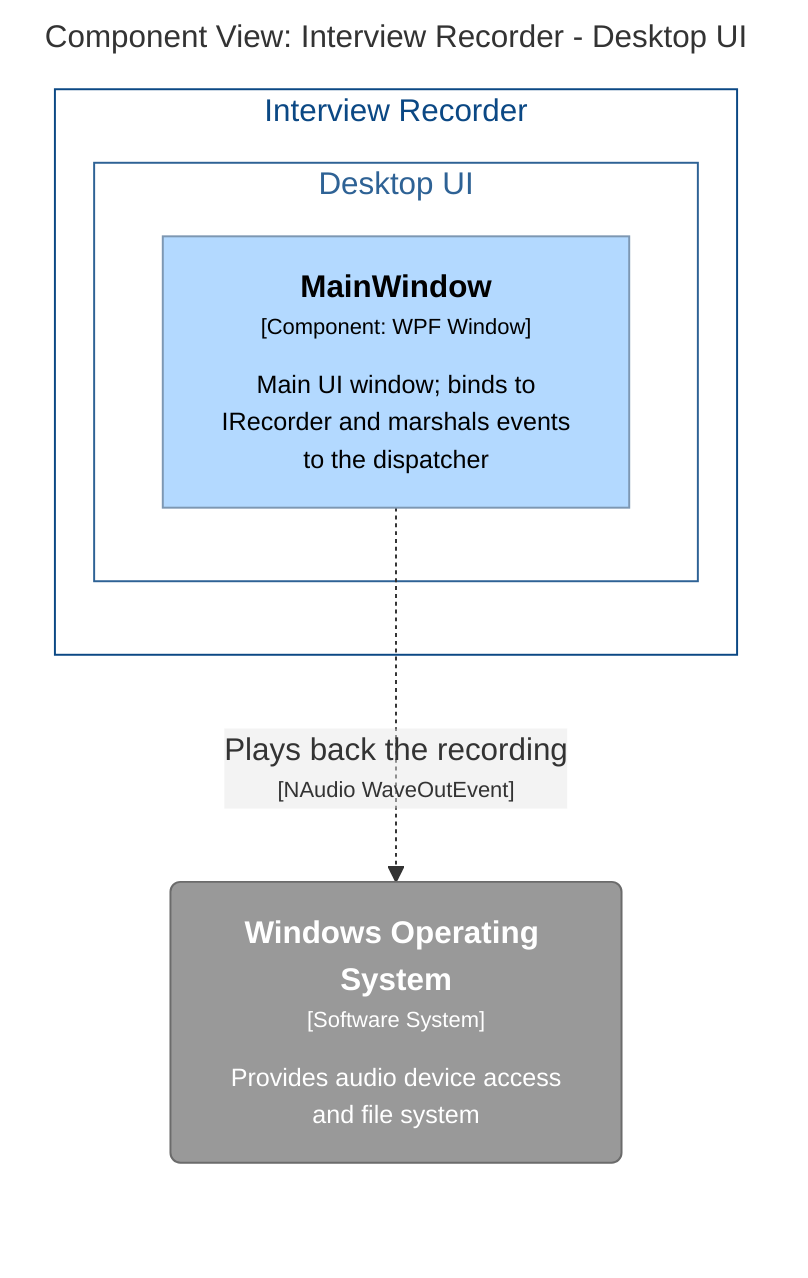
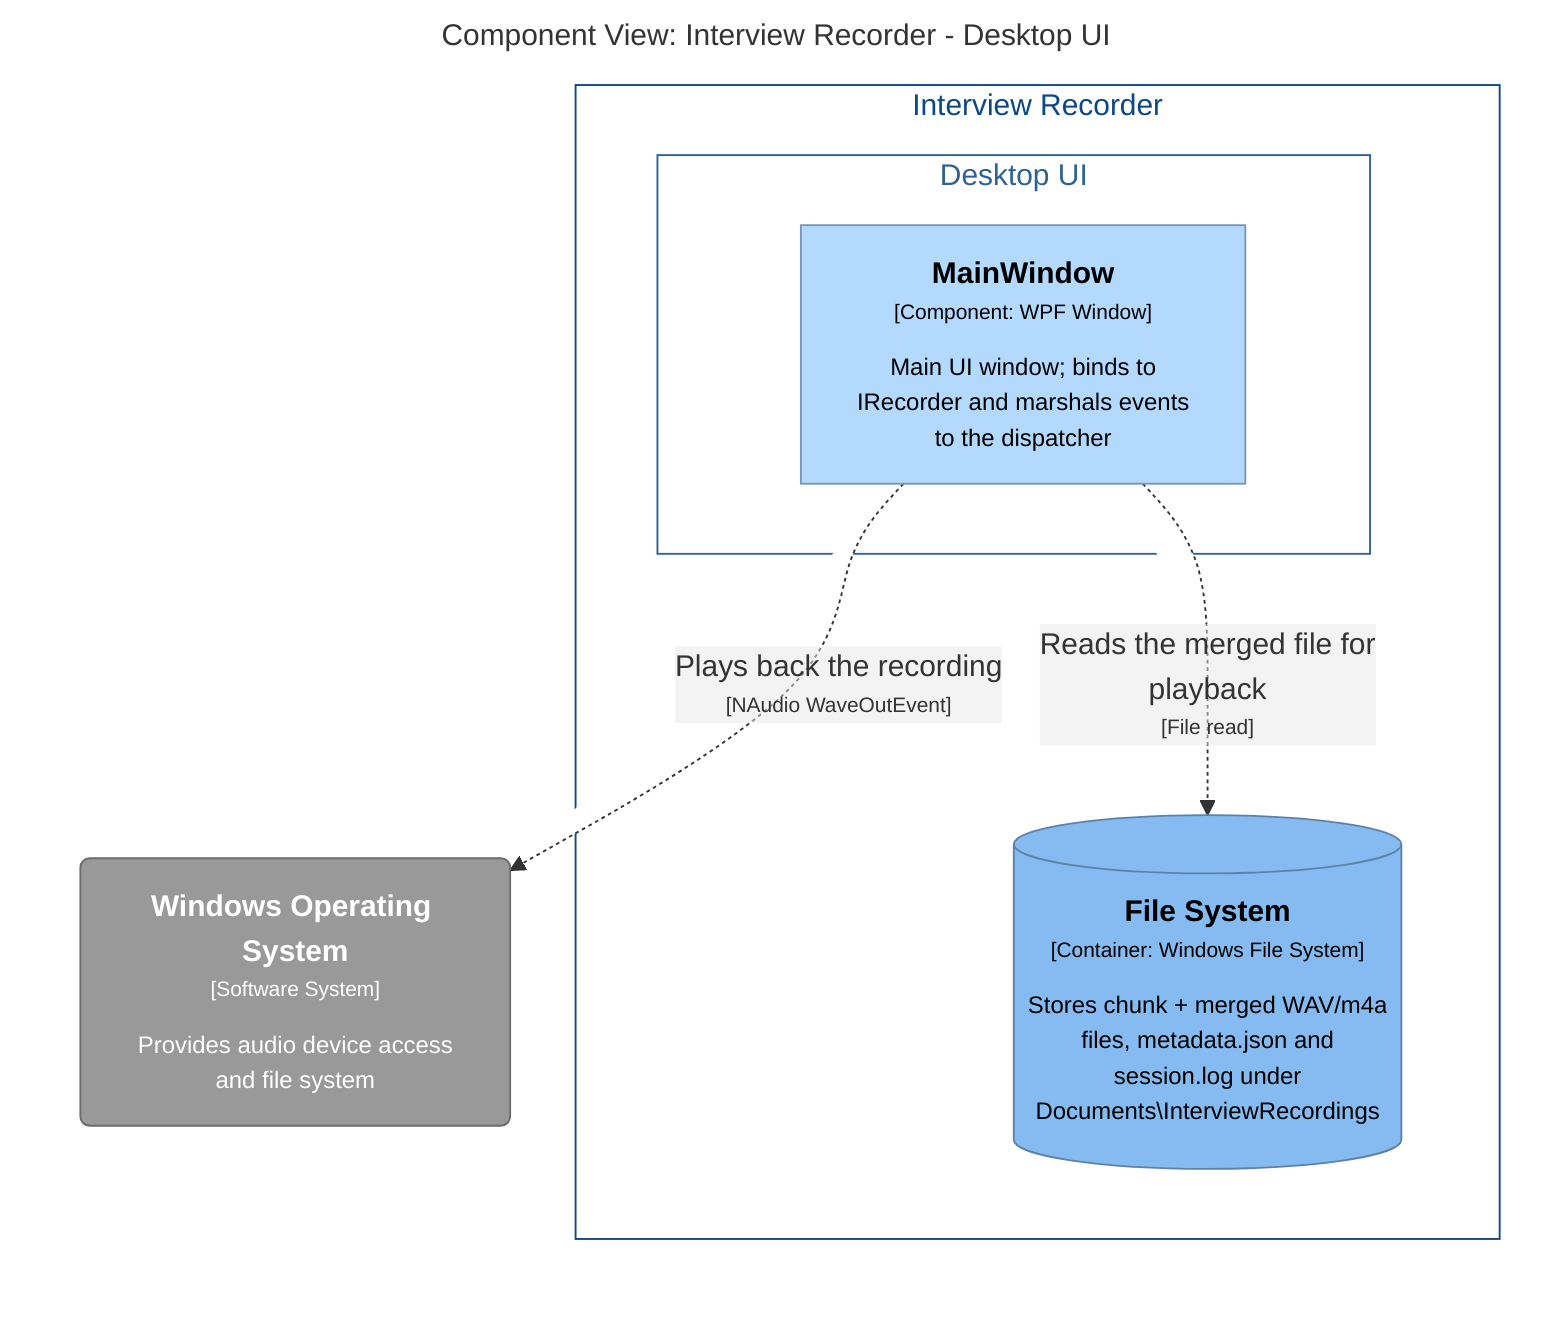
graph LR
  linkStyle default fill:#ffffff

  subgraph diagram ["Component View: Interview Recorder - Desktop UI"]
    style diagram fill:#ffffff,stroke:#ffffff

    2("<div style='font-weight: bold'>Windows Operating System</div><div style='font-size: 70%; margin-top: 0px'>[Software System]</div><div style='font-size: 80%; margin-top:10px'>Provides audio device access<br />and file system</div>")
    style 2 fill:#999999,stroke:#6b6b6b,color:#ffffff

    subgraph 4 ["Interview Recorder"]
      style 4 fill:#ffffff,stroke:#0b4884,color:#0b4884

      subgraph 5 ["Desktop UI"]
        style 5 fill:#ffffff,stroke:#2e6295,color:#2e6295

        6["<div style='font-weight: bold'>MainWindow</div><div style='font-size: 70%; margin-top: 0px'>[Component: WPF Window]</div><div style='font-size: 80%; margin-top:10px'>Main UI window; binds to<br />IRecorder and marshals events<br />to the dispatcher</div>"]
        style 6 fill:#b3d9ff,stroke:#7d97b2,color:#000000
      end

+       42[("<div style='font-weight: bold'>File System</div><div style='font-size: 70%; margin-top: 0px'>[Container: Windows File System]</div><div style='font-size: 80%; margin-top:10px'>Stores chunk + merged WAV/m4a<br />files, metadata.json and<br />session.log under<br />Documents\InterviewRecordings</div>")]
+       style 42 fill:#85bbf0,stroke:#5d82a8,color:#000000
    end

    6-. "<div>Plays back the recording</div><div style='font-size: 70%'>[NAudio WaveOutEvent]</div>" .->2
+     6-. "<div>Reads the merged file for<br />playback</div><div style='font-size: 70%'>[File read]</div>" .->42

  end